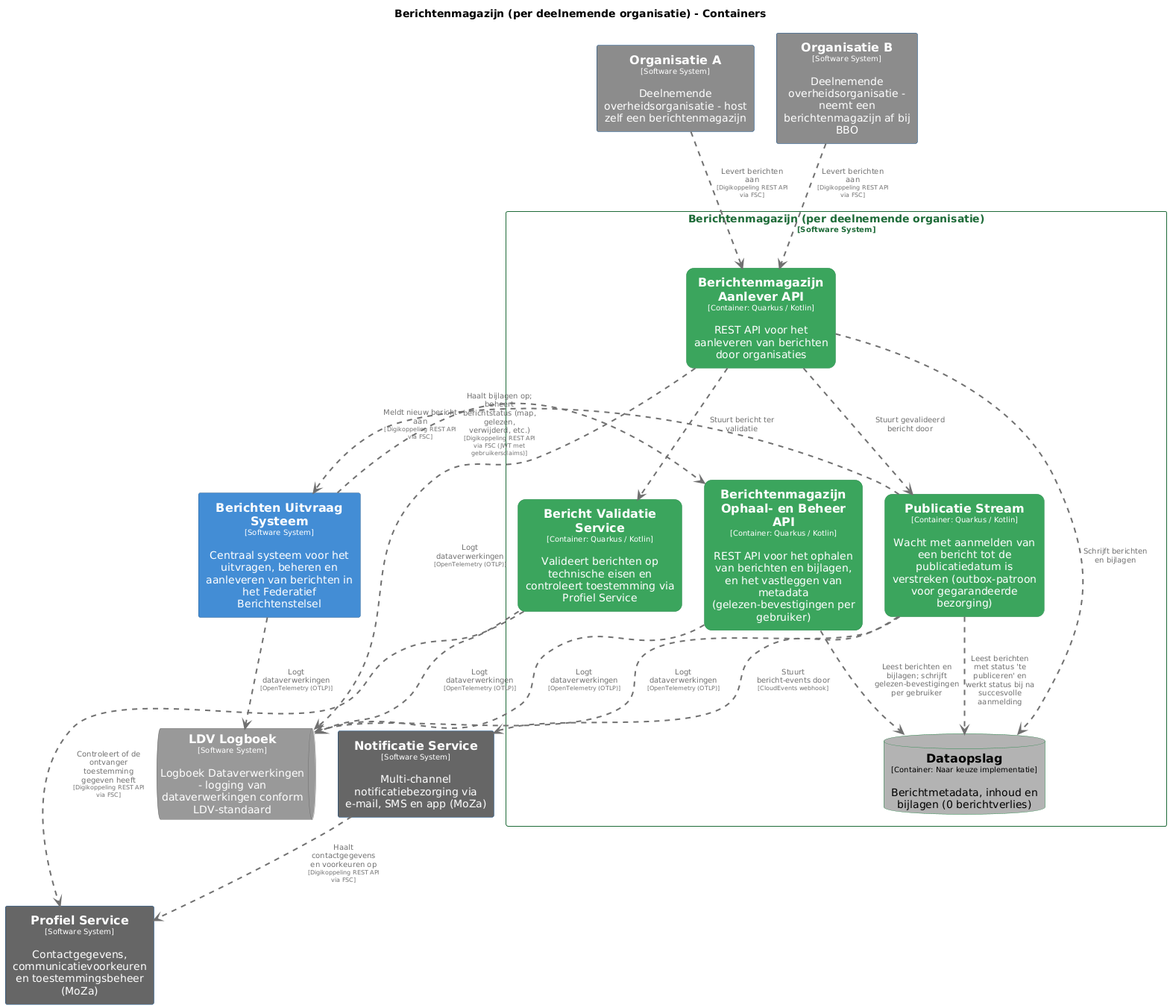
Earlier version of the PlantUML export pr-preview/pr-22/master/png/BerichtenmagazijnContainers.png (MinBZK/moza-poc-fbs-berichtenbox).
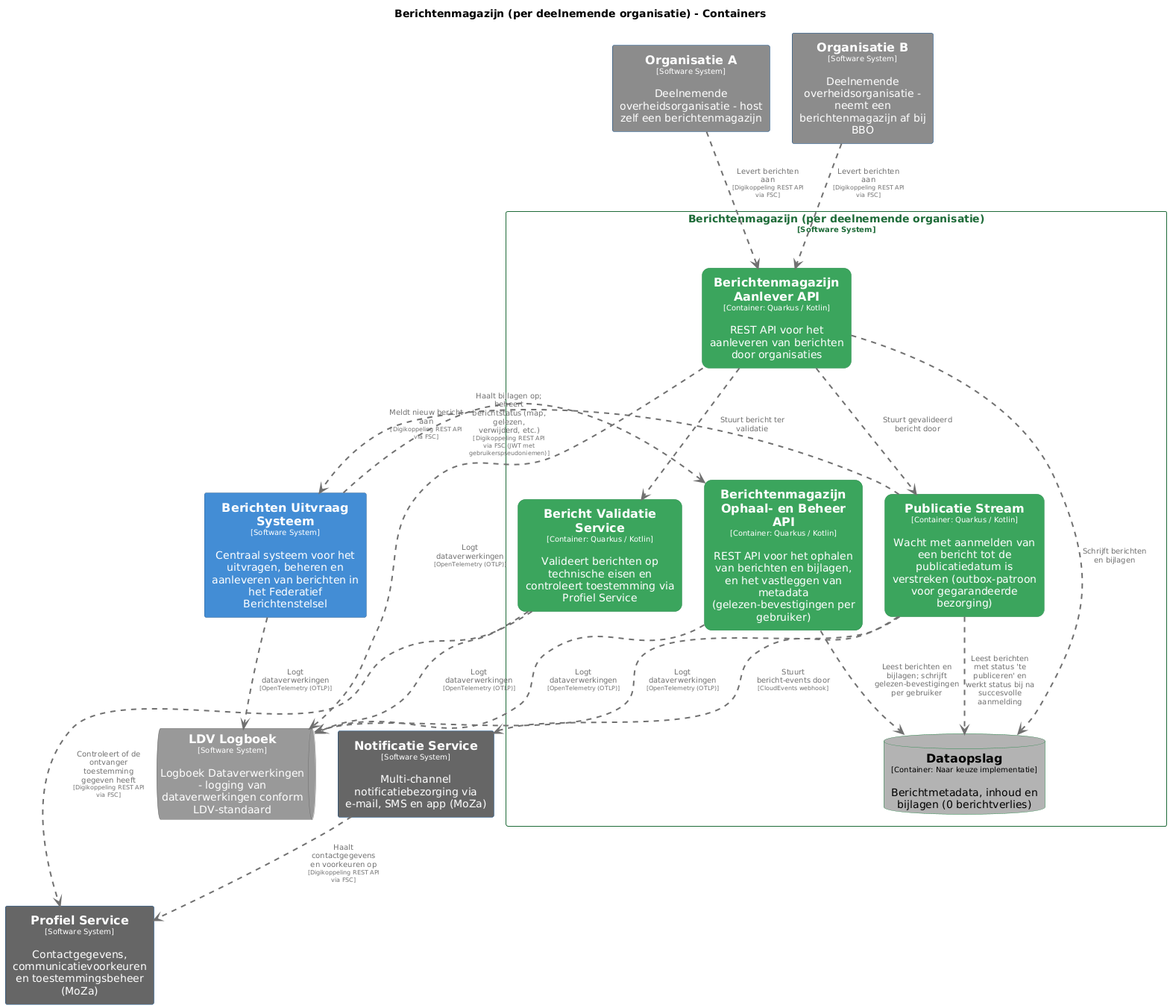
Above is the later version.

Change to the diagram source:
```diff
@@ -115,7 +115,7 @@
 Berichtenmagazijnperdeelnemendeorganisatie.BerichtenmagazijnAanleverAPI .[#707070,thickness=2].> Berichtenmagazijnperdeelnemendeorganisatie.BerichtValidatieService : "<color:#707070>Stuurt bericht ter validatie"
 Berichtenmagazijnperdeelnemendeorganisatie.BerichtenmagazijnAanleverAPI .[#707070,thickness=2].> Berichtenmagazijnperdeelnemendeorganisatie.PublicatieStream : "<color:#707070>Stuurt gevalideerd bericht door"
 Berichtenmagazijnperdeelnemendeorganisatie.PublicatieStream .[#707070,thickness=2].> Berichtenmagazijnperdeelnemendeorganisatie.Dataopslag : "<color:#707070>Leest berichten met status 'te publiceren' en werkt status bij na succesvolle aanmelding"
-BerichtenUitvraagSysteem .[#707070,thickness=2].> Berichtenmagazijnperdeelnemendeorganisatie.BerichtenmagazijnOphaalenBeheerAPI : "<color:#707070>Haalt bijlagen op; beheert berichtstatus (map, gelezen, verwijderd, etc.)\n<color:#707070><size:8>[Digikoppeling REST API via FSC (JWT met gebruikersclaims)]</size>"
+BerichtenUitvraagSysteem .[#707070,thickness=2].> Berichtenmagazijnperdeelnemendeorganisatie.BerichtenmagazijnOphaalenBeheerAPI : "<color:#707070>Haalt bijlagen op; beheert berichtstatus (map, gelezen, verwijderd, etc.)\n<color:#707070><size:8>[Digikoppeling REST API via FSC (JWT met gebruikerspseudoniemen)]</size>"
 Berichtenmagazijnperdeelnemendeorganisatie.PublicatieStream .[#707070,thickness=2].> BerichtenUitvraagSysteem : "<color:#707070>Meldt nieuw bericht aan\n<color:#707070><size:8>[Digikoppeling REST API via FSC]</size>"
 Berichtenmagazijnperdeelnemendeorganisatie.PublicatieStream .[#707070,thickness=2].> NotificatieService : "<color:#707070>Stuurt bericht-events door\n<color:#707070><size:8>[CloudEvents webhook]</size>"
 NotificatieService .[#707070,thickness=2].> ProfielService : "<color:#707070>Haalt contactgegevens en voorkeuren op\n<color:#707070><size:8>[Digikoppeling REST API via FSC]</size>"
```
